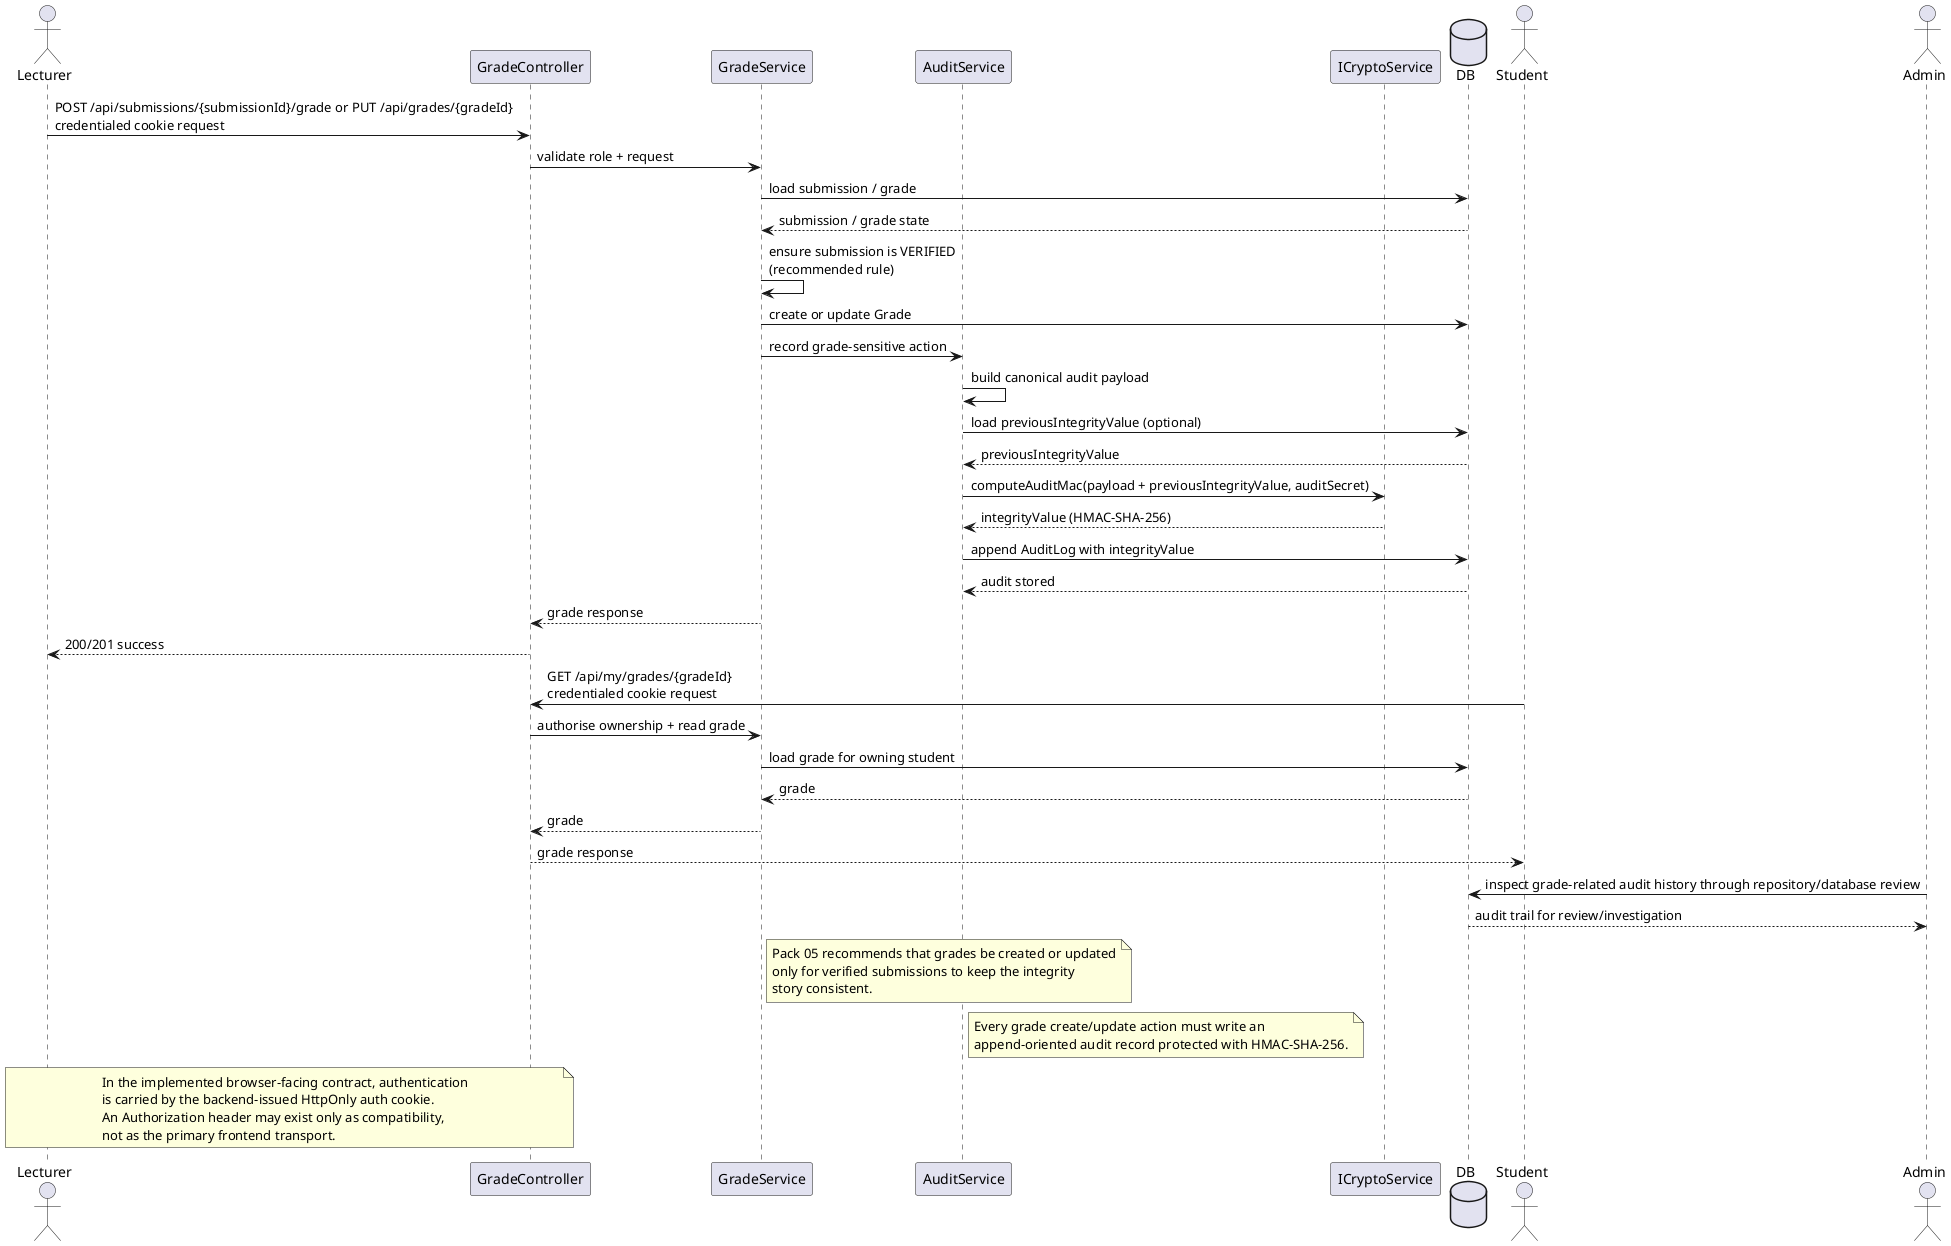
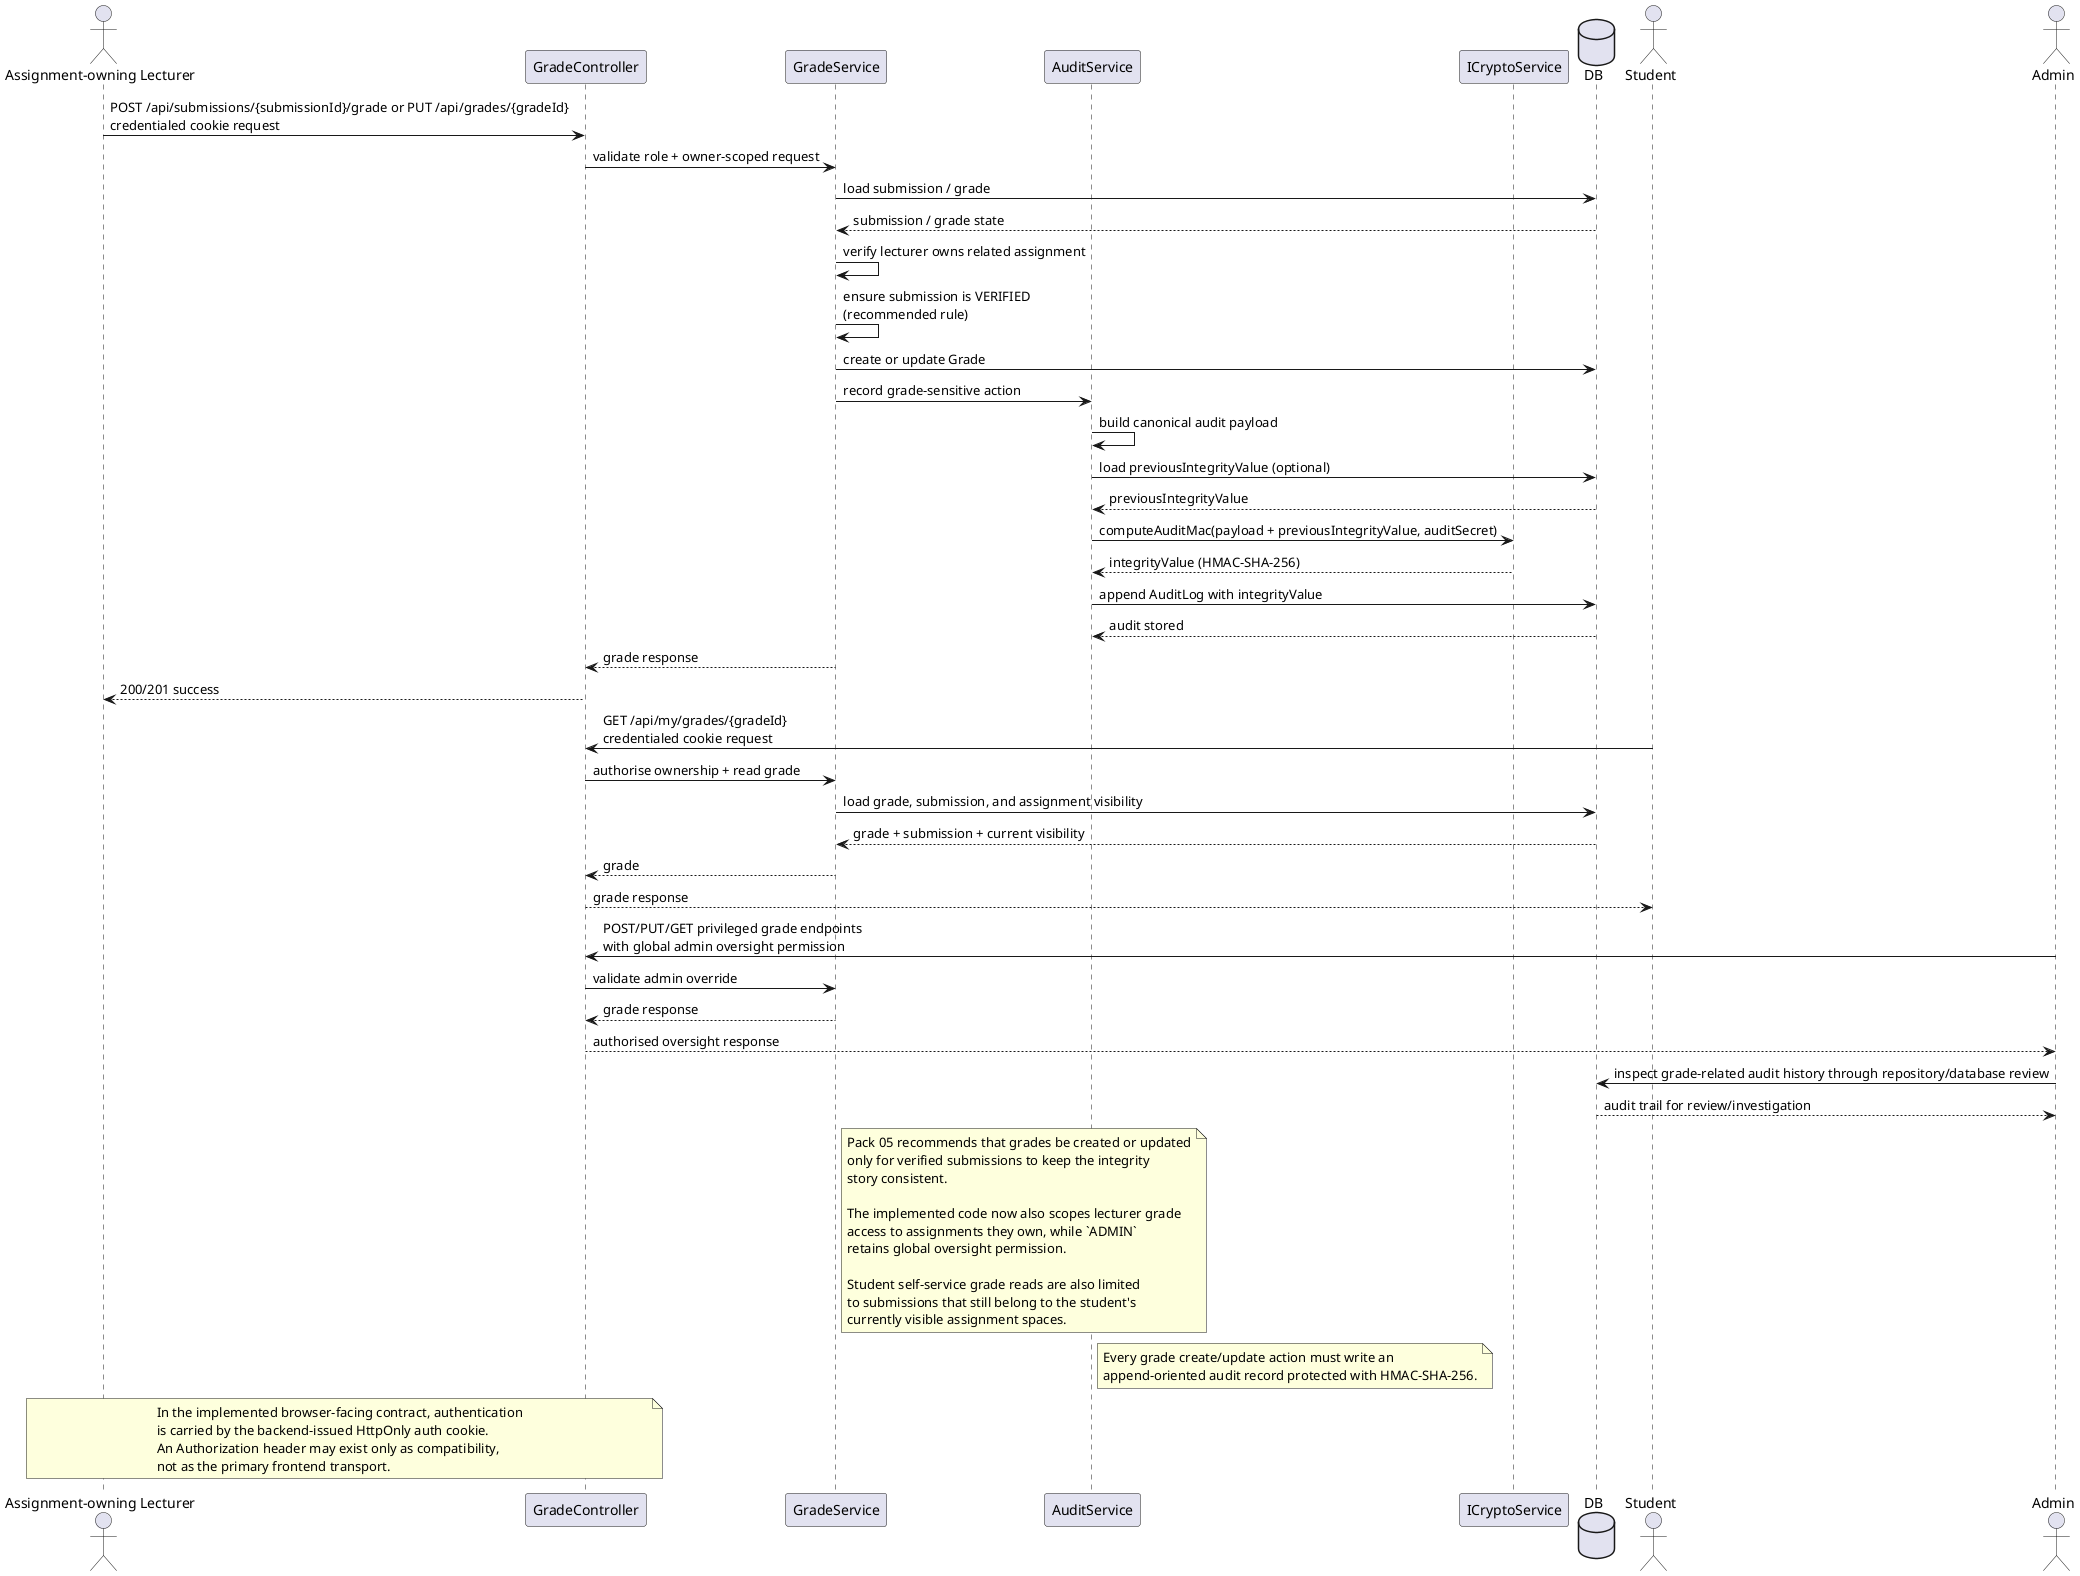
@startuml
- actor Lecturer
+ actor "Assignment-owning Lecturer" as Lecturer
participant "GradeController" as Controller
participant "GradeService" as GradeService
participant "AuditService" as Audit
participant "ICryptoService" as Crypto
database DB
actor Student
actor Admin

 Lecturer -> Controller : POST /api/submissions/{submissionId}/grade or PUT /api/grades/{gradeId}\ncredentialed cookie request
- Controller -> GradeService : validate role + request
+ Controller -> GradeService : validate role + owner-scoped request
GradeService -> DB : load submission / grade
DB --> GradeService : submission / grade state
+ GradeService -> GradeService : verify lecturer owns related assignment
GradeService -> GradeService : ensure submission is VERIFIED\n(recommended rule)
GradeService -> DB : create or update Grade
GradeService -> Audit : record grade-sensitive action
Audit -> Audit : build canonical audit payload
Audit -> DB : load previousIntegrityValue (optional)
DB --> Audit : previousIntegrityValue
Audit -> Crypto : computeAuditMac(payload + previousIntegrityValue, auditSecret)
Crypto --> Audit : integrityValue (HMAC-SHA-256)
Audit -> DB : append AuditLog with integrityValue
DB --> Audit : audit stored
GradeService --> Controller : grade response
Controller --> Lecturer : 200/201 success

 Student -> Controller : GET /api/my/grades/{gradeId}\ncredentialed cookie request
Controller -> GradeService : authorise ownership + read grade
- GradeService -> DB : load grade for owning student
- DB --> GradeService : grade
+  GradeService -> DB : load grade, submission, and assignment visibility
+  DB --> GradeService : grade + submission + current visibility
GradeService --> Controller : grade
Controller --> Student : grade response

-  Admin -> DB : inspect grade-related audit history through repository/database review
-  DB --> Admin : audit trail for review/investigation
+  Admin -> Controller : POST/PUT/GET privileged grade endpoints\nwith global admin oversight permission
+ Controller -> GradeService : validate admin override
+ GradeService --> Controller : grade response
+ Controller --> Admin : authorised oversight response
+ 
+ Admin -> DB : inspect grade-related audit history through repository/database review
+ DB --> Admin : audit trail for review/investigation

note right of GradeService
Pack 05 recommends that grades be created or updated
only for verified submissions to keep the integrity
story consistent.
+ 
+ The implemented code now also scopes lecturer grade
+ access to assignments they own, while `ADMIN`
+ retains global oversight permission.
+ 
+ Student self-service grade reads are also limited
+ to submissions that still belong to the student's
+ currently visible assignment spaces.
end note

note right of Audit
Every grade create/update action must write an
append-oriented audit record protected with HMAC-SHA-256.
end note

note over Lecturer,Controller
In the implemented browser-facing contract, authentication
is carried by the backend-issued HttpOnly auth cookie.
An Authorization header may exist only as compatibility,
not as the primary frontend transport.
end note
@enduml

